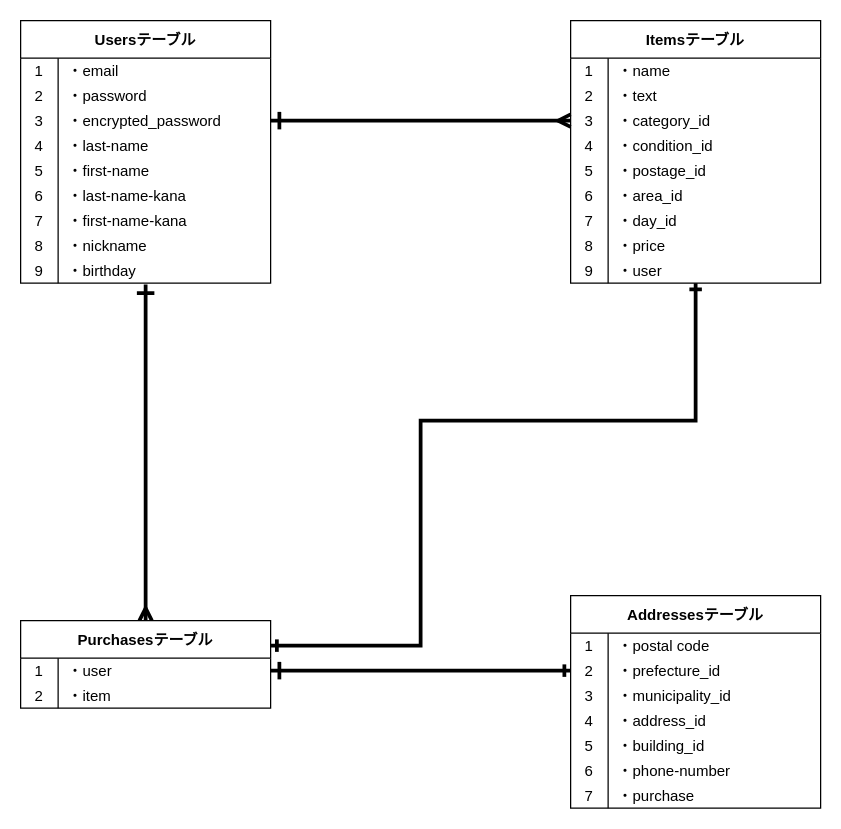
This is furima.dio from nokky-en298/furima-33538, a draw.io file, before an edit. Source tidied: cells renumbered, new cells numbered last; positions are measured from the earlier drawing's top-left corner, leaving out a move shared by most shapes. Both pictures are drawn from the tidied source at 125%, with x=0, y=0 at pixel (20, 20).
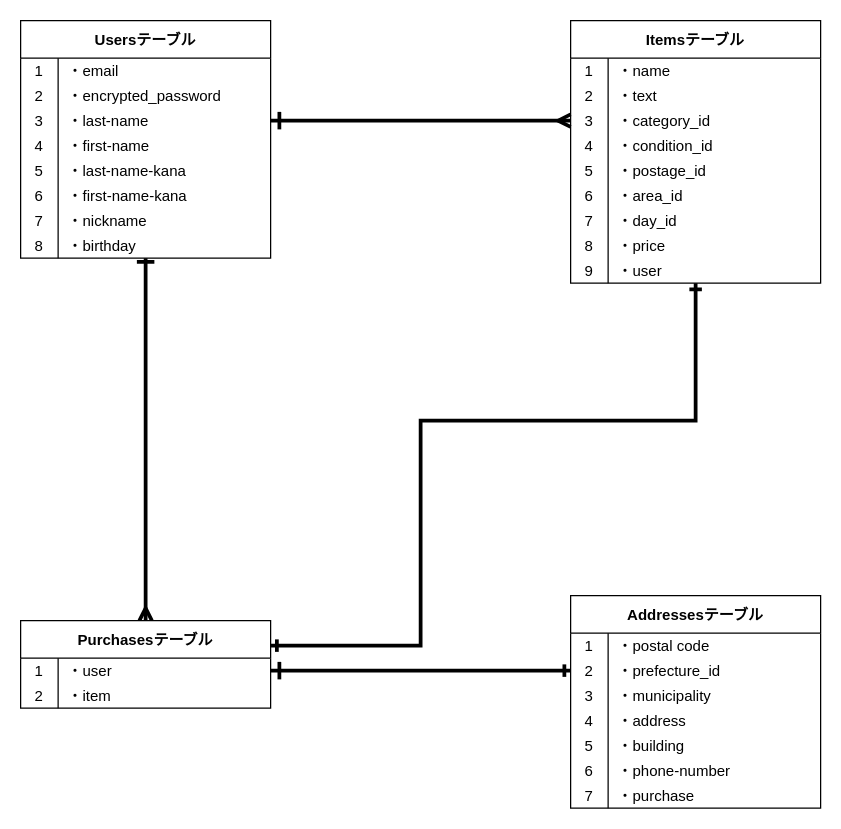
After the change.

Commit message (it also covers changes not shown here):
READMEとER図の再々修正

The change refers to these unchanged cells:
```xml
<mxCell id="35" style="shape=partialRectangle;fillColor=none;top=0;left=0;bottom=0;right=0;" parent="31" vertex="1">
  <mxGeometry y="50" width="200" height="20" as="geometry" />
</mxCell>
<mxCell id="38" style="shape=partialRectangle;fillColor=none;top=0;left=0;bottom=0;right=0;points=[[0,0.5],[1,0.5]];portConstraint=eastwest;" parent="31" vertex="1">
  <mxGeometry y="70" width="200" height="20" as="geometry" />
</mxCell>
<mxCell id="41" style="shape=partialRectangle;fillColor=none;top=0;left=0;bottom=0;right=0;" parent="31" vertex="1">
  <mxGeometry y="90" width="200" height="20" as="geometry" />
</mxCell>
<mxCell id="44" style="shape=partialRectangle;fillColor=none;top=0;left=0;bottom=0;right=0;" parent="31" vertex="1">
  <mxGeometry y="110" width="200" height="20" as="geometry" />
</mxCell>
<mxCell id="47" style="shape=partialRectangle;fillColor=none;top=0;left=0;bottom=0;right=0;" parent="31" vertex="1">
  <mxGeometry y="130" width="200" height="20" as="geometry" />
</mxCell>
<mxCell id="50" style="shape=partialRectangle;fillColor=none;top=0;left=0;bottom=0;right=0;" parent="31" vertex="1">
  <mxGeometry y="150" width="200" height="20" as="geometry" />
</mxCell>
<mxCell id="53" style="shape=partialRectangle;fillColor=none;top=0;left=0;bottom=0;right=0;" parent="31" vertex="1">
  <mxGeometry y="170" width="200" height="20" as="geometry" />
</mxCell>
<mxCell id="60" value="Purchasesテーブル" style="shape=table;startSize=30;childLayout=tableLayout;rowLines=0;fontStyle=1;align=center;" parent="1" vertex="1">
  <mxGeometry y="480" width="200" height="70" as="geometry" />
</mxCell>
<mxCell id="74" style="shape=partialRectangle;fillColor=none;top=0;left=0;bottom=0;right=0;" parent="67" vertex="1">
  <mxGeometry y="70" width="200" height="20" as="geometry" />
</mxCell>
<mxCell id="77" style="shape=partialRectangle;fillColor=none;top=0;left=0;bottom=0;right=0;" parent="67" vertex="1">
  <mxGeometry y="90" width="200" height="20" as="geometry" />
</mxCell>
<mxCell id="80" style="shape=partialRectangle;fillColor=none;top=0;left=0;bottom=0;right=0;" parent="67" vertex="1">
  <mxGeometry y="110" width="200" height="20" as="geometry" />
</mxCell>
```

Change to the diagram source:
```diff
@@
-    <mxCell id="30" style="edgeStyle=orthogonalEdgeStyle;rounded=0;jettySize=auto;html=1;entryX=0.5;entryY=0;entryDx=0;entryDy=0;startSize=10;endArrow=ERmany;endFill=0;strokeWidth=3;startArrow=ERone;startFill=0;exitX=0.5;exitY=1.05;exitDx=0;exitDy=0;exitPerimeter=0;" parent="1" edge="1" source="56" target="60">
-      <mxGeometry relative="1" as="geometry" />
+    <mxCell id="30" style="edgeStyle=orthogonalEdgeStyle;rounded=0;jettySize=auto;html=1;entryX=0.5;entryY=0;entryDx=0;entryDy=0;startSize=10;endArrow=ERmany;endFill=0;strokeWidth=3;startArrow=ERone;startFill=0;" parent="1" edge="1" target="60">
+      <mxGeometry relative="1" as="geometry">
+        <mxPoint x="100" y="200" as="sourcePoint" />
+        <Array as="points">
+          <mxPoint x="100" y="190" />
+          <mxPoint x="100" y="190" />
+        </Array>
+      </mxGeometry>
     </mxCell>
     <mxCell id="31" value="Usersテーブル" style="shape=table;startSize=30;childLayout=tableLayout;rowLines=0;fontStyle=1;align=center;" parent="1" vertex="1">
-      <mxGeometry width="200" height="210" as="geometry" />
+      <mxGeometry width="200" height="190" as="geometry" />
     </mxCell>
@@
-    <mxCell id="37" value="・password" style="shape=partialRectangle;fillColor=none;top=0;left=0;bottom=0;right=0;align=left;spacingLeft=6;overflow=hidden;" parent="35" vertex="1">
+    <mxCell id="37" value="・encrypted_password" style="shape=partialRectangle;fillColor=none;top=0;left=0;bottom=0;right=0;align=left;spacingLeft=6;overflow=hidden;" parent="35" vertex="1">
       <mxGeometry x="30" width="170" height="20" as="geometry" />
     </mxCell>
@@
-    <mxCell id="40" value="・encrypted_password" style="shape=partialRectangle;fillColor=none;top=0;left=0;bottom=0;right=0;align=left;spacingLeft=6;overflow=hidden;" parent="38" vertex="1">
+    <mxCell id="40" value="・last-name" style="shape=partialRectangle;fillColor=none;top=0;left=0;bottom=0;right=0;align=left;spacingLeft=6;overflow=hidden;" parent="38" vertex="1">
       <mxGeometry x="30" width="170" height="20" as="geometry" />
     </mxCell>
@@
-    <mxCell id="43" value="・last-name" style="shape=partialRectangle;fillColor=none;top=0;left=0;bottom=0;right=0;align=left;spacingLeft=6;overflow=hidden;" parent="41" vertex="1">
+    <mxCell id="43" value="・first-name" style="shape=partialRectangle;fillColor=none;top=0;left=0;bottom=0;right=0;align=left;spacingLeft=6;overflow=hidden;" parent="41" vertex="1">
       <mxGeometry x="30" width="170" height="20" as="geometry" />
     </mxCell>
@@
-    <mxCell id="46" value="・first-name" style="shape=partialRectangle;fillColor=none;top=0;left=0;bottom=0;right=0;align=left;spacingLeft=6;overflow=hidden;" parent="44" vertex="1">
+    <mxCell id="46" value="・last-name-kana" style="shape=partialRectangle;fillColor=none;top=0;left=0;bottom=0;right=0;align=left;spacingLeft=6;overflow=hidden;" parent="44" vertex="1">
       <mxGeometry x="30" width="170" height="20" as="geometry" />
     </mxCell>
@@
-    <mxCell id="49" value="・last-name-kana" style="shape=partialRectangle;fillColor=none;top=0;left=0;bottom=0;right=0;align=left;spacingLeft=6;overflow=hidden;" parent="47" vertex="1">
+    <mxCell id="49" value="・first-name-kana" style="shape=partialRectangle;fillColor=none;top=0;left=0;bottom=0;right=0;align=left;spacingLeft=6;overflow=hidden;" parent="47" vertex="1">
       <mxGeometry x="30" width="170" height="20" as="geometry" />
     </mxCell>
@@
-    <mxCell id="52" value="・first-name-kana" style="shape=partialRectangle;fillColor=none;top=0;left=0;bottom=0;right=0;align=left;spacingLeft=6;overflow=hidden;" parent="50" vertex="1">
+    <mxCell id="52" value="・nickname" style="shape=partialRectangle;fillColor=none;top=0;left=0;bottom=0;right=0;align=left;spacingLeft=6;overflow=hidden;" parent="50" vertex="1">
       <mxGeometry x="30" width="170" height="20" as="geometry" />
     </mxCell>
@@
-    <mxCell id="55" value="・nickname" style="shape=partialRectangle;fillColor=none;top=0;left=0;bottom=0;right=0;align=left;spacingLeft=6;overflow=hidden;" parent="53" vertex="1">
+    <mxCell id="55" value="・birthday" style="shape=partialRectangle;fillColor=none;top=0;left=0;bottom=0;right=0;align=left;spacingLeft=6;overflow=hidden;" parent="53" vertex="1">
       <mxGeometry x="30" width="170" height="20" as="geometry" />
     </mxCell>
-    <mxCell id="56" style="shape=partialRectangle;fillColor=none;top=0;left=0;bottom=0;right=0;points=[[0,0.5],[1,0.5]];portConstraint=eastwest;" parent="31" vertex="1">
-      <mxGeometry y="190" width="200" height="20" as="geometry" />
-    </mxCell>
-    <mxCell id="57" value="9" style="shape=partialRectangle;fillColor=none;top=0;left=0;bottom=0;right=0;overflow=hidden;" parent="56" vertex="1">
-      <mxGeometry width="30" height="20" as="geometry" />
-    </mxCell>
-    <mxCell id="58" value="・birthday" style="shape=partialRectangle;fillColor=none;top=0;left=0;bottom=0;right=0;align=left;spacingLeft=6;overflow=hidden;" parent="56" vertex="1">
-      <mxGeometry x="30" width="170" height="20" as="geometry" />
-    </mxCell>
@@
-    <mxCell id="76" value="・municipality_id" style="shape=partialRectangle;fillColor=none;top=0;left=0;bottom=0;right=0;align=left;spacingLeft=6;overflow=hidden;" parent="74" vertex="1">
+    <mxCell id="76" value="・municipality" style="shape=partialRectangle;fillColor=none;top=0;left=0;bottom=0;right=0;align=left;spacingLeft=6;overflow=hidden;" parent="74" vertex="1">
       <mxGeometry x="30" width="170" height="20" as="geometry" />
     </mxCell>
@@
-    <mxCell id="79" value="・address_id" style="shape=partialRectangle;fillColor=none;top=0;left=0;bottom=0;right=0;align=left;spacingLeft=6;overflow=hidden;" parent="77" vertex="1">
+    <mxCell id="79" value="・address" style="shape=partialRectangle;fillColor=none;top=0;left=0;bottom=0;right=0;align=left;spacingLeft=6;overflow=hidden;" parent="77" vertex="1">
       <mxGeometry x="30" width="170" height="20" as="geometry" />
     </mxCell>
@@
-    <mxCell id="82" value="・building_id" style="shape=partialRectangle;fillColor=none;top=0;left=0;bottom=0;right=0;align=left;spacingLeft=6;overflow=hidden;" parent="80" vertex="1">
+    <mxCell id="82" value="・building" style="shape=partialRectangle;fillColor=none;top=0;left=0;bottom=0;right=0;align=left;spacingLeft=6;overflow=hidden;" parent="80" vertex="1">
       <mxGeometry x="30" width="170" height="20" as="geometry" />
     </mxCell>
```
